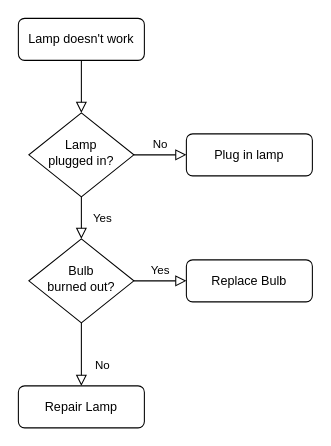
yonghyeon0223/ELEC1601-project keeps this draw.io diagram as Untitled Diagram.drawio. Above is the earlier version. Source tidied: cells renumbered, new cells numbered last; positions are measured from the earlier drawing's top-left corner, leaving out a move shared by most shapes. Both pictures are drawn from the tidied source at 105%, with x=0, y=0 at pixel (18, 18).
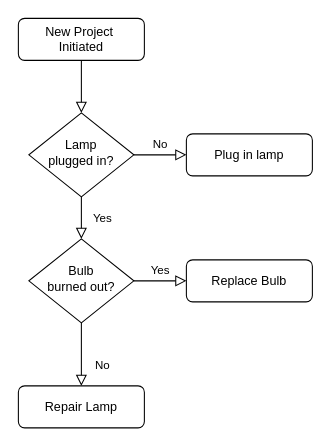
The same page after the edit.

Commit message:
ElecRobot_flowchart

Diff of the diagram source:
```diff
@@
 <mxGraphModel>
   <root>
     <mxCell id="0" />
     <mxCell id="1" parent="0" />
     <mxCell id="2" style="rounded=0;html=1;jettySize=auto;fontSize=11;endArrow=block;endFill=0;endSize=8;strokeWidth=1;shadow=0;labelBackgroundColor=none;edgeStyle=orthogonalEdgeStyle;" parent="1" edge="1" source="3" target="6">
       <mxGeometry relative="1" as="geometry" />
     </mxCell>
-    <mxCell id="3" value="Lamp doesn't work" style="rounded=1;whiteSpace=wrap;html=1;fontSize=12;glass=0;strokeWidth=1;shadow=0;" parent="1" vertex="1">
+    <mxCell id="3" value="New Project&amp;nbsp;&lt;br&gt;Initiated" style="rounded=1;whiteSpace=wrap;html=1;fontSize=12;glass=0;strokeWidth=1;shadow=0;" parent="1" vertex="1">
       <mxGeometry width="120" height="40" as="geometry" />
     </mxCell>
     <mxCell id="4" value="Yes" style="rounded=0;html=1;jettySize=auto;fontSize=11;endArrow=block;endFill=0;endSize=8;strokeWidth=1;shadow=0;labelBackgroundColor=none;edgeStyle=orthogonalEdgeStyle;" parent="1" edge="1" source="6" target="10">
       <mxGeometry y="20" relative="1" as="geometry" />
     </mxCell>
     <mxCell id="5" value="No" style="edgeStyle=orthogonalEdgeStyle;rounded=0;html=1;jettySize=auto;fontSize=11;endArrow=block;endFill=0;endSize=8;strokeWidth=1;shadow=0;labelBackgroundColor=none;" parent="1" edge="1" source="6" target="7">
       <mxGeometry y="10" relative="1" as="geometry" />
     </mxCell>
     <mxCell id="6" value="Lamp&lt;br&gt;plugged in?" style="rhombus;whiteSpace=wrap;html=1;shadow=0;fontFamily=Helvetica;fontSize=12;align=center;strokeWidth=1;spacing=6;spacingTop=-4;" parent="1" vertex="1">
       <mxGeometry x="10" y="90" width="100" height="80" as="geometry" />
     </mxCell>
     <mxCell id="7" value="Plug in lamp" style="rounded=1;whiteSpace=wrap;html=1;fontSize=12;glass=0;strokeWidth=1;shadow=0;" parent="1" vertex="1">
       <mxGeometry x="160" y="110" width="120" height="40" as="geometry" />
     </mxCell>
     <mxCell id="8" value="No" style="rounded=0;html=1;jettySize=auto;fontSize=11;endArrow=block;endFill=0;endSize=8;strokeWidth=1;shadow=0;labelBackgroundColor=none;edgeStyle=orthogonalEdgeStyle;" parent="1" edge="1" source="10" target="11">
       <mxGeometry x="0.33" y="20" relative="1" as="geometry" />
     </mxCell>
     <mxCell id="9" value="Yes" style="edgeStyle=orthogonalEdgeStyle;rounded=0;html=1;jettySize=auto;fontSize=11;endArrow=block;endFill=0;endSize=8;strokeWidth=1;shadow=0;labelBackgroundColor=none;" parent="1" edge="1" source="10" target="12">
       <mxGeometry y="10" relative="1" as="geometry" />
     </mxCell>
     <mxCell id="10" value="Bulb&lt;br&gt;burned out?" style="rhombus;whiteSpace=wrap;html=1;shadow=0;fontFamily=Helvetica;fontSize=12;align=center;strokeWidth=1;spacing=6;spacingTop=-4;" parent="1" vertex="1">
       <mxGeometry x="10" y="210" width="100" height="80" as="geometry" />
     </mxCell>
     <mxCell id="11" value="Repair Lamp" style="rounded=1;whiteSpace=wrap;html=1;fontSize=12;glass=0;strokeWidth=1;shadow=0;" parent="1" vertex="1">
       <mxGeometry y="350" width="120" height="40" as="geometry" />
     </mxCell>
     <mxCell id="12" value="Replace Bulb" style="rounded=1;whiteSpace=wrap;html=1;fontSize=12;glass=0;strokeWidth=1;shadow=0;" parent="1" vertex="1">
       <mxGeometry x="160" y="230" width="120" height="40" as="geometry" />
     </mxCell>
   </root>
 </mxGraphModel>
```
